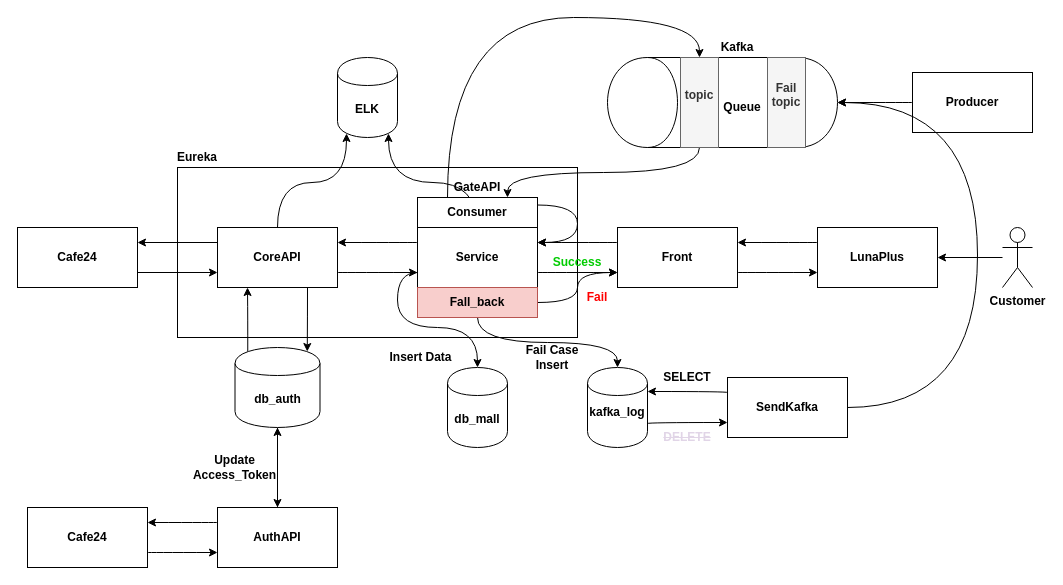
Before: Untitled Diagram.drawio in kancho33/Luna_Architecture, a draw.io diagram. Source tidied: cells renumbered, new cells numbered last; positions are measured from the earlier drawing's top-left corner, leaving out a move shared by most shapes. Both pictures are drawn from the tidied source at 100%, with x=0, y=0 at pixel (17, -13).
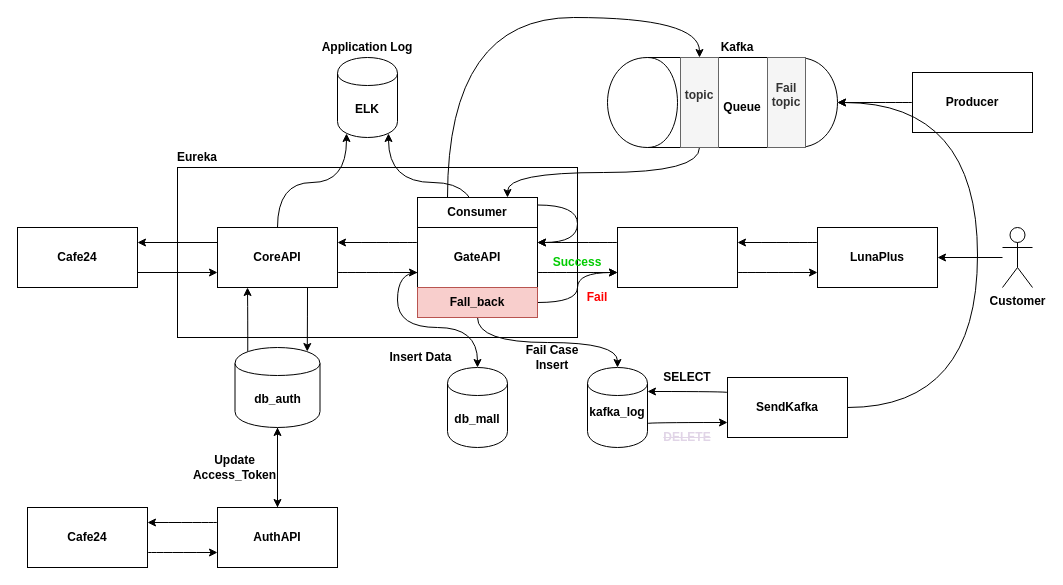
The same diagram, later.

The edit, as a diff of the source:
```diff
@@
-    <mxCell id="18" value="Front" style="rounded=0;whiteSpace=wrap;html=1;fontStyle=1;" parent="1" vertex="1">
+    <mxCell id="18" style="rounded=0;whiteSpace=wrap;html=1;fontStyle=1;" parent="1" vertex="1">
       <mxGeometry x="600" y="240" width="120" height="60" as="geometry" />
     </mxCell>
@@
-    <mxCell id="23" value="Service" style="rounded=0;whiteSpace=wrap;html=1;fontStyle=1;" parent="1" vertex="1">
+    <mxCell id="23" value="&lt;span&gt;GateAPI&lt;/span&gt;" style="rounded=0;whiteSpace=wrap;html=1;fontStyle=1;" parent="1" vertex="1">
       <mxGeometry x="400" y="240" width="120" height="60" as="geometry" />
     </mxCell>
@@
-    <mxCell id="45" value="GateAPI" style="text;html=1;strokeColor=none;fillColor=none;align=center;verticalAlign=middle;whiteSpace=wrap;rounded=0;fontStyle=1;" parent="1" vertex="1">
-      <mxGeometry x="400" y="190" width="120" height="20" as="geometry" />
-    </mxCell>
@@
+    <mxCell id="60" value="Application Log" style="text;html=1;strokeColor=none;fillColor=none;align=center;verticalAlign=middle;whiteSpace=wrap;rounded=0;fontColor=#000000;fontStyle=1;" parent="1" vertex="1">
+      <mxGeometry x="295" y="50" width="110" height="20" as="geometry" />
+    </mxCell>
```
